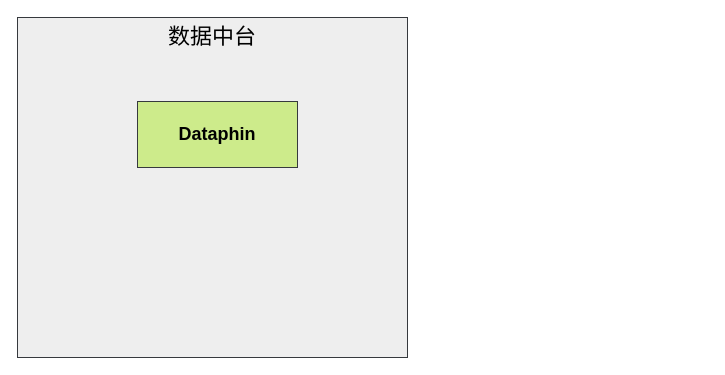
Earlier version of the draw.io diagram bsd.drawio (starzy1990/diagrams). Source tidied: cells renumbered, new cells numbered last; positions are measured from the earlier drawing's top-left corner, leaving out a move shared by most shapes. Both pictures are drawn from the tidied source at 100%, with x=0, y=0 at pixel (17, 17).
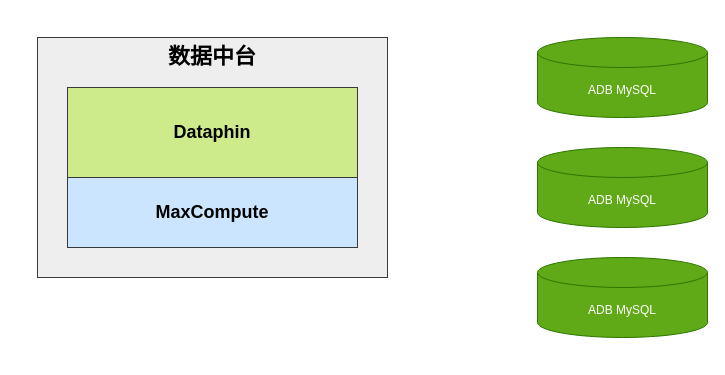
The same diagram, later.

What changed in the source:
```diff
@@
 <mxGraphModel>
   <root>
     <mxCell id="0" />
     <mxCell id="1" parent="0" />
-    <mxCell id="2" value="数据中台" style="rounded=0;whiteSpace=wrap;html=1;fillColor=#eeeeee;strokeColor=#36393d;verticalAlign=top;fontSize=22;" parent="1" vertex="1">
-      <mxGeometry width="390" height="340" as="geometry" />
+    <mxCell id="2" value="数据中台" style="rounded=0;whiteSpace=wrap;html=1;fillColor=#eeeeee;strokeColor=#36393d;verticalAlign=top;fontSize=22;fontStyle=1;" parent="1" vertex="1">
+      <mxGeometry x="20" y="20" width="350" height="240" as="geometry" />
     </mxCell>
     <mxCell id="3" value="Dataphin" style="rounded=0;whiteSpace=wrap;html=1;fillColor=#cdeb8b;strokeColor=#36393d;fontStyle=1;fontSize=18;" parent="1" vertex="1">
-      <mxGeometry x="120" y="84" width="160" height="66" as="geometry" />
+      <mxGeometry x="50" y="70" width="290" height="90" as="geometry" />
     </mxCell>
+    <mxCell id="4" value="MaxCompute" style="rounded=0;whiteSpace=wrap;html=1;fontStyle=1;fontSize=18;fillColor=#cce5ff;strokeColor=#36393d;" parent="1" vertex="1">
+      <mxGeometry x="50" y="160" width="290" height="70" as="geometry" />
+    </mxCell>
+    <mxCell id="5" value="ADB MySQL" style="shape=cylinder3;whiteSpace=wrap;html=1;boundedLbl=1;backgroundOutline=1;size=15;fillColor=#60a917;strokeColor=#2D7600;fontColor=#ffffff;" parent="1" vertex="1">
+      <mxGeometry x="520" y="20" width="170" height="80" as="geometry" />
+    </mxCell>
+    <mxCell id="6" value="ADB MySQL" style="shape=cylinder3;whiteSpace=wrap;html=1;boundedLbl=1;backgroundOutline=1;size=15;fillColor=#60a917;strokeColor=#2D7600;fontColor=#ffffff;" parent="1" vertex="1">
+      <mxGeometry x="520" y="130" width="170" height="80" as="geometry" />
+    </mxCell>
+    <mxCell id="7" value="ADB MySQL" style="shape=cylinder3;whiteSpace=wrap;html=1;boundedLbl=1;backgroundOutline=1;size=15;fillColor=#60a917;strokeColor=#2D7600;fontColor=#ffffff;" parent="1" vertex="1">
+      <mxGeometry x="520" y="240" width="170" height="80" as="geometry" />
+    </mxCell>
   </root>
 </mxGraphModel>
```
